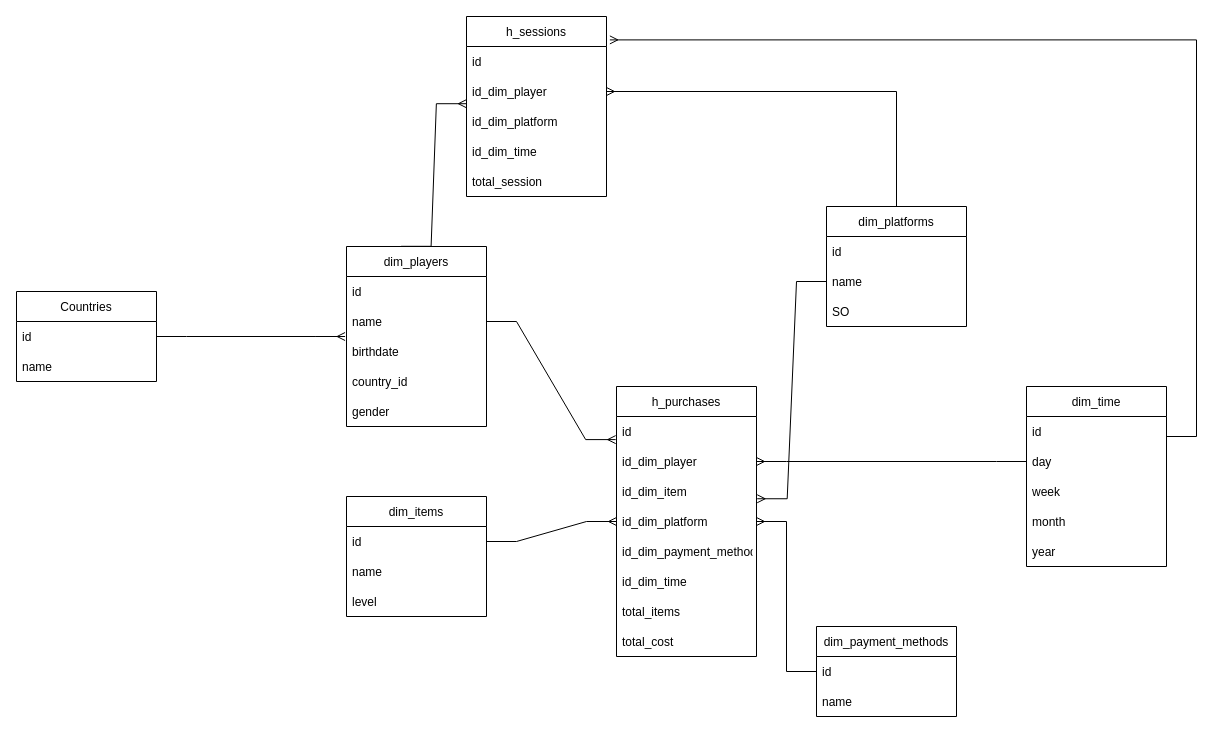
MarUser04/Bases-II---UNET keeps this draw.io diagram as Modelo DW.drawio. Above is the earlier version. Source tidied: cells renumbered, new cells numbered last; positions are measured from the earlier drawing's top-left corner, leaving out a move shared by most shapes. Both pictures are drawn from the tidied source at 100%, with x=0, y=0 at pixel (16, 16).
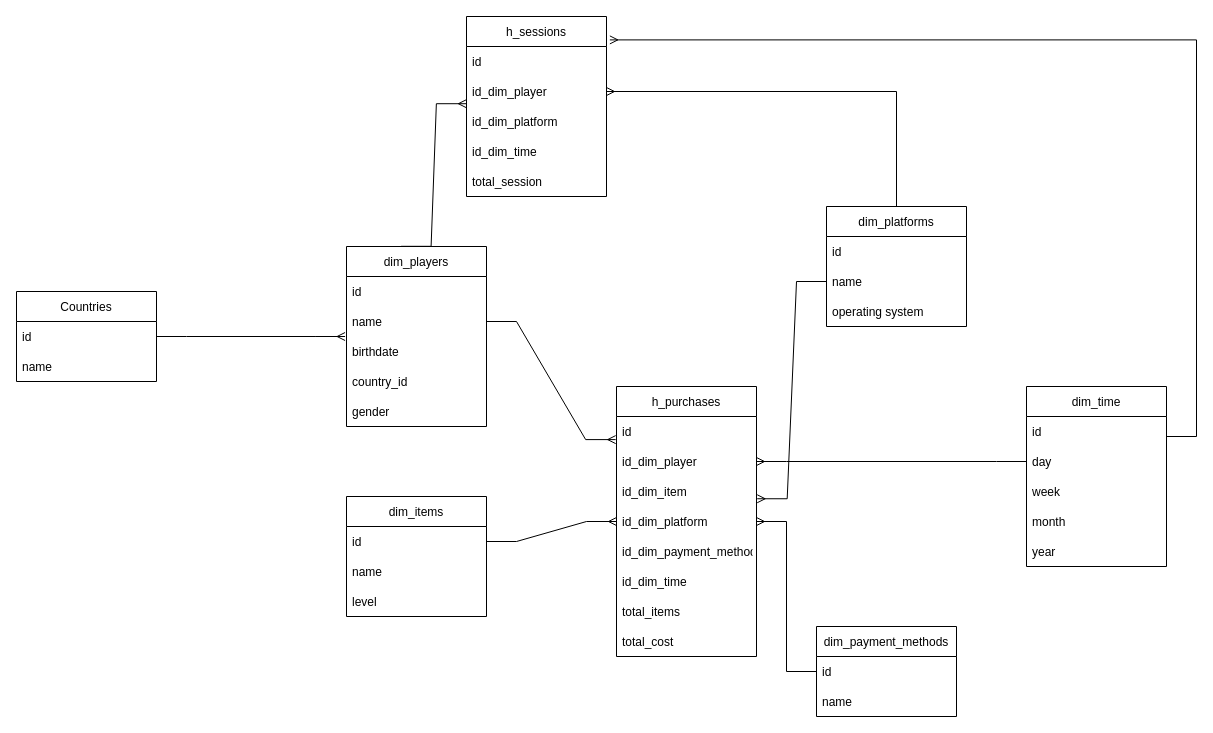
The same page after the edit.

Unchanged cells that the change refers to:
```xml
<mxCell id="12" value="dim_platforms" style="swimlane;fontStyle=0;horizontal=1;startSize=30;" parent="1" vertex="1">
  <mxGeometry x="810" y="190" width="140" height="120" as="geometry" />
</mxCell>
```

Diff of the diagram source:
```diff
@@
-    <mxCell id="15" value="SO" style="text;strokeColor=none;fillColor=none;align=left;verticalAlign=middle;spacingLeft=4;spacingRight=4;overflow=hidden;" parent="12" vertex="1">
+    <mxCell id="15" value="operating system" style="text;strokeColor=none;fillColor=none;align=left;verticalAlign=middle;spacingLeft=4;spacingRight=4;overflow=hidden;" parent="12" vertex="1">
       <mxGeometry y="90" width="140" height="30" as="geometry" />
     </mxCell>
```
